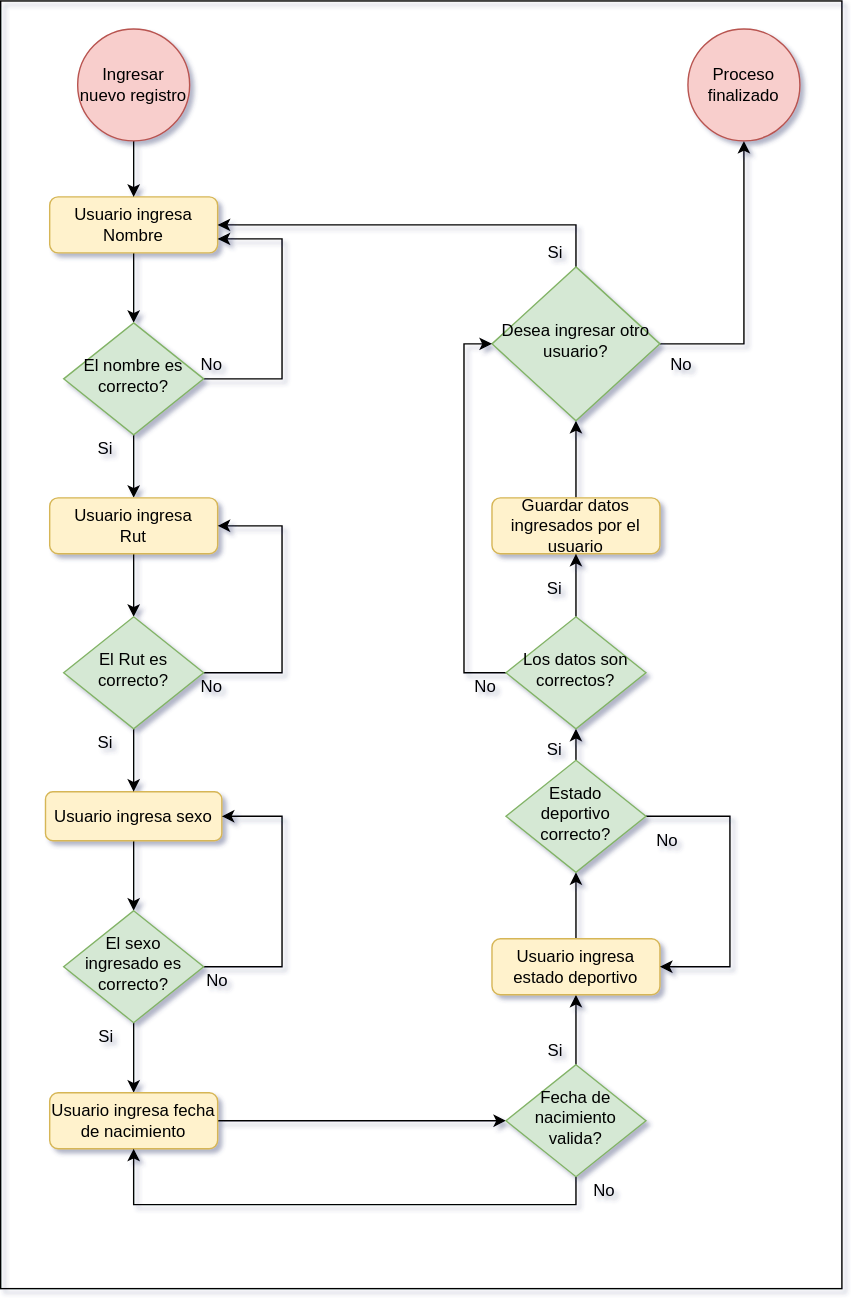
MaxIbanez/Taller1P1_MI_JC keeps this draw.io diagram as Diagramas/DiagFlujoIngresarPersona.svg. Above is the earlier version. Source tidied: cells renumbered, new cells last; positions are measured from the earlier drawing's top-left corner, leaving out a move shared by most shapes.
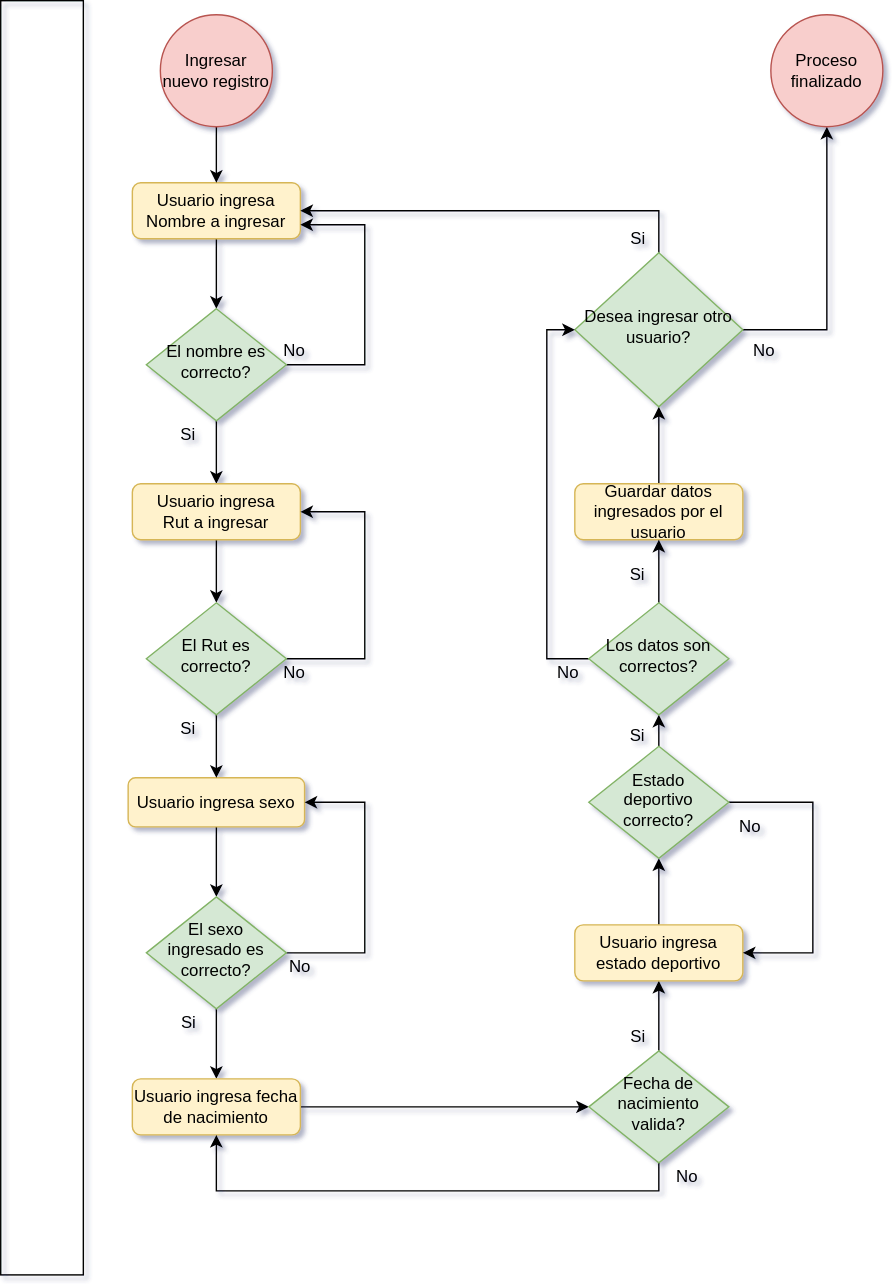
The same file after the commit.

Change to the diagram source:
```diff
@@ -5,7 +5,7 @@
     <mxCell id="2" style="edgeStyle=orthogonalEdgeStyle;rounded=0;jettySize=auto;html=1;" parent="1" edge="1" source="3" target="6">
       <mxGeometry relative="1" as="geometry" />
     </mxCell>
-    <mxCell id="3" value="Usuario ingresa Nombre" style="rounded=1;whiteSpace=wrap;html=1;fontSize=12;glass=0;strokeWidth=1;shadow=0;fillColor=#fff2cc;strokeColor=#d6b656;" parent="1" vertex="1">
+    <mxCell id="3" value="Usuario ingresa Nombre a ingresar" style="rounded=1;whiteSpace=wrap;html=1;fontSize=12;glass=0;strokeWidth=1;shadow=0;fillColor=#fff2cc;strokeColor=#d6b656;" parent="1" vertex="1">
       <mxGeometry x="35" y="140" width="120" height="40" as="geometry" />
     </mxCell>
     <mxCell id="4" style="edgeStyle=orthogonalEdgeStyle;rounded=0;jettySize=auto;html=1;entryX=0.5;entryY=0;entryDx=0;entryDy=0;" parent="1" edge="1" source="6" target="38">
@@ -129,12 +129,12 @@
       <mxGeometry x="491" y="20" width="80" height="80" as="geometry" />
     </mxCell>
     <mxCell id="36" style="rounded=0;whiteSpace=wrap;html=1;fillColor=none;" parent="1" vertex="1">
-      <mxGeometry width="601" height="920" as="geometry" />
+      <mxGeometry x="-59" y="10" width="59" height="910" as="geometry" />
     </mxCell>
     <mxCell id="37" style="edgeStyle=orthogonalEdgeStyle;rounded=0;jettySize=auto;html=1;" parent="1" edge="1" source="38" target="41">
       <mxGeometry relative="1" as="geometry" />
     </mxCell>
-    <mxCell id="38" value="Usuario ingresa&lt;br&gt;Rut" style="rounded=1;whiteSpace=wrap;html=1;fillColor=#fff2cc;strokeColor=#d6b656;" parent="1" vertex="1">
+    <mxCell id="38" value="Usuario ingresa&lt;br&gt;Rut a ingresar" style="rounded=1;whiteSpace=wrap;html=1;fillColor=#fff2cc;strokeColor=#d6b656;" parent="1" vertex="1">
       <mxGeometry x="35" y="355" width="120" height="40" as="geometry" />
     </mxCell>
     <mxCell id="39" style="edgeStyle=orthogonalEdgeStyle;rounded=0;jettySize=auto;html=1;entryX=1;entryY=0.5;entryDx=0;entryDy=0;" parent="1" edge="1" source="41" target="38">
```
